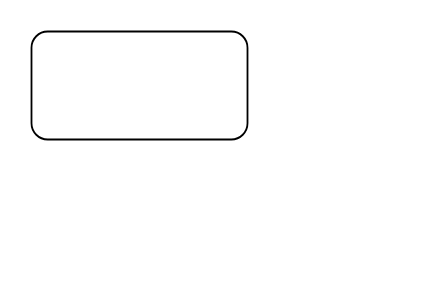
This is 再来.drawio from TimoXXXL/Shadyside, a draw.io file, before an edit. Source tidied: cells renumbered, new cells numbered last; positions are measured from the earlier drawing's top-left corner, leaving out a move shared by most shapes. Both pictures are drawn from the tidied source at 180%, with x=0, y=0 at pixel (31, 31).
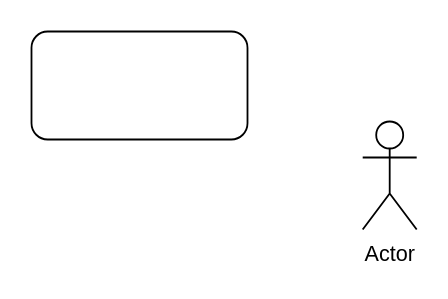
After the change.

The edit, as a diff of the source:
```diff
@@
 <mxGraphModel>
   <root>
     <mxCell id="0" />
     <mxCell id="1" parent="0" />
     <mxCell id="2" style="rounded=1;whiteSpace=wrap;html=1;" parent="1" vertex="1">
       <mxGeometry width="120" height="60" as="geometry" />
     </mxCell>
+    <mxCell id="3" value="Actor" style="shape=umlActor;verticalLabelPosition=bottom;verticalAlign=top;html=1;" parent="1" vertex="1">
+      <mxGeometry x="184" y="50" width="30" height="60" as="geometry" />
+    </mxCell>
   </root>
 </mxGraphModel>
```
